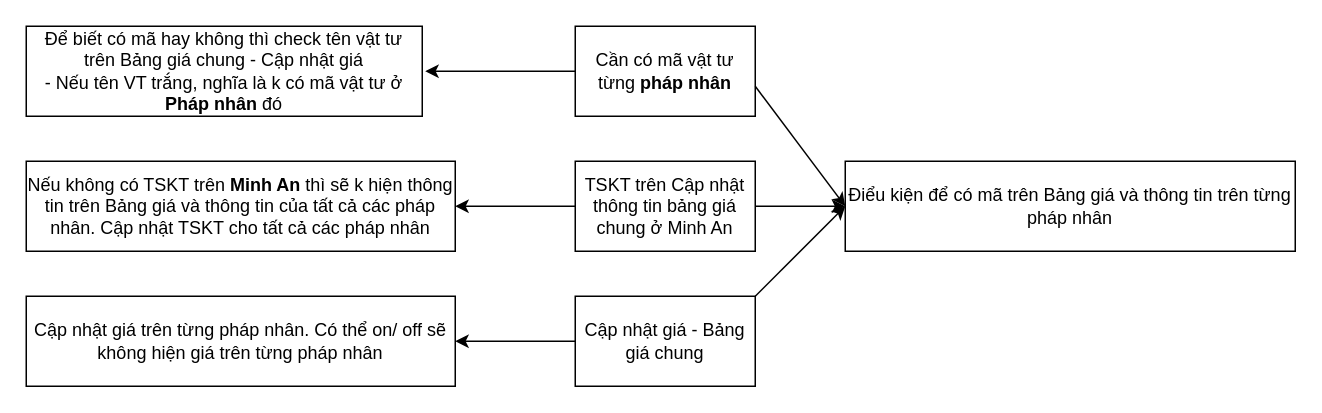
This is Untitled Diagram.drawio from Duc111095/cProjects, a draw.io file, before an edit. Source tidied: cells renumbered, new cells numbered last; positions are measured from the earlier drawing's top-left corner, leaving out a move shared by most shapes. Both pictures are drawn from the tidied source at 150%, with x=0, y=0 at pixel (26, 26).
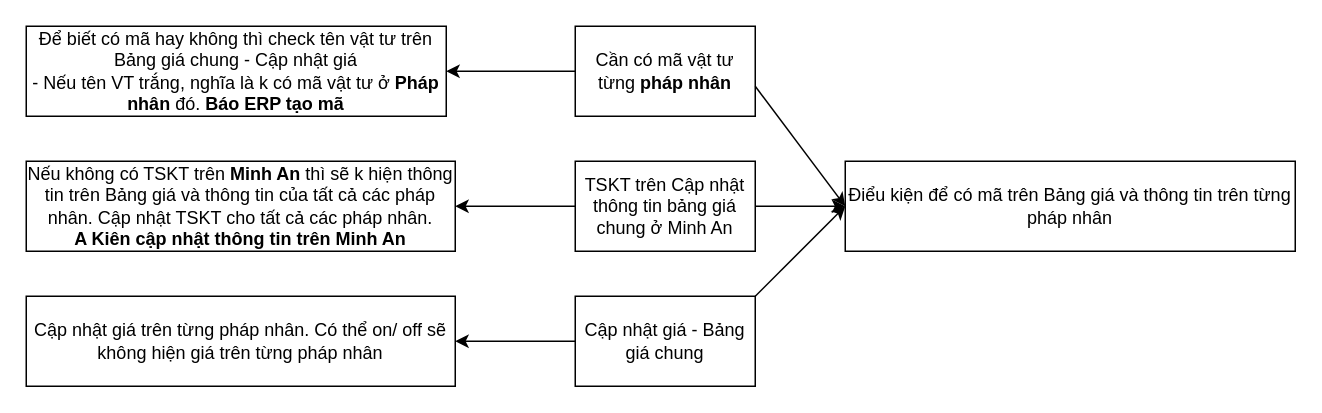
The same diagram, later.

Diff of the diagram source:
```diff
@@
 <mxGraphModel>
   <root>
     <mxCell id="0" />
     <mxCell id="1" parent="0" />
     <mxCell id="2" value="&lt;div&gt;Điểu kiện để có mã trên Bảng giá và thông tin trên từng pháp nhân&lt;/div&gt;" style="rounded=0;whiteSpace=wrap;html=1;" parent="1" vertex="1">
       <mxGeometry x="546" y="90" width="300" height="60" as="geometry" />
     </mxCell>
     <mxCell id="3" style="edgeStyle=orthogonalEdgeStyle;rounded=0;jettySize=auto;html=1;" parent="1" edge="1" source="5">
       <mxGeometry relative="1" as="geometry">
         <mxPoint x="546" y="120" as="targetPoint" />
       </mxGeometry>
     </mxCell>
     <mxCell id="4" style="edgeStyle=orthogonalEdgeStyle;rounded=0;jettySize=auto;html=1;" parent="1" edge="1" source="5" target="13">
       <mxGeometry relative="1" as="geometry" />
     </mxCell>
     <mxCell id="5" value="&lt;div&gt;TSKT trên Cập nhật thông tin bảng giá chung ở Minh An&lt;/div&gt;" style="rounded=0;whiteSpace=wrap;html=1;" parent="1" vertex="1">
       <mxGeometry x="366" y="90" width="120" height="60" as="geometry" />
     </mxCell>
     <mxCell id="6" style="edgeStyle=orthogonalEdgeStyle;rounded=0;jettySize=auto;html=1;" parent="1" edge="1" source="7" target="14">
       <mxGeometry relative="1" as="geometry" />
     </mxCell>
     <mxCell id="7" value="&lt;div&gt;Cập nhật giá - Bảng giá chung&lt;/div&gt;" style="rounded=0;whiteSpace=wrap;html=1;" parent="1" vertex="1">
       <mxGeometry x="366" y="180" width="120" height="60" as="geometry" />
     </mxCell>
-    <mxCell id="8" style="edgeStyle=orthogonalEdgeStyle;rounded=0;jettySize=auto;html=1;" parent="1" edge="1" source="9">
-      <mxGeometry relative="1" as="geometry">
-        <mxPoint x="266" y="30" as="targetPoint" />
-      </mxGeometry>
-    </mxCell>
+    <mxCell id="15" style="edgeStyle=orthogonalEdgeStyle;rounded=0;jettySize=auto;html=1;" parent="1" edge="1" source="9" target="12">
+      <mxGeometry relative="1" as="geometry" />
+    </mxCell>
     <mxCell id="9" value="&lt;div&gt;Cần có mã vật tư từng &lt;b&gt;pháp nhân&lt;/b&gt;&lt;/div&gt;" style="rounded=0;whiteSpace=wrap;html=1;" parent="1" vertex="1">
       <mxGeometry x="366" width="120" height="60" as="geometry" />
     </mxCell>
     <mxCell id="10" style="endArrow=classic;html=1;rounded=0;entryX=0;entryY=0.5;entryDx=0;entryDy=0;" parent="1" edge="1">
       <mxGeometry relative="1" as="geometry">
         <mxPoint x="486" y="180" as="sourcePoint" />
         <mxPoint x="546" y="120" as="targetPoint" />
       </mxGeometry>
     </mxCell>
     <mxCell id="11" style="endArrow=classic;html=1;rounded=0;entryX=0;entryY=0.5;entryDx=0;entryDy=0;" parent="1" edge="1">
       <mxGeometry relative="1" as="geometry">
         <mxPoint x="486" y="40" as="sourcePoint" />
         <mxPoint x="546" y="120" as="targetPoint" />
       </mxGeometry>
     </mxCell>
-    <mxCell id="12" value="&lt;div&gt;Để biết có mã hay không thì check tên vật tư trên Bảng giá chung - Cập nhật giá&lt;br&gt;- Nếu tên VT trắng, nghĩa là k có mã vật tư ở &lt;b&gt;Pháp nhân &lt;/b&gt;đó&lt;/div&gt;" style="rounded=0;whiteSpace=wrap;html=1;" parent="1" vertex="1">
-      <mxGeometry width="264" height="60" as="geometry" />
+    <mxCell id="12" value="&lt;div&gt;Để biết có mã hay không thì check tên vật tư trên Bảng giá chung - Cập nhật giá&lt;br&gt;- Nếu tên VT trắng, nghĩa là k có mã vật tư ở &lt;b&gt;Pháp nhân &lt;/b&gt;đó. &lt;b&gt;Báo ERP tạo mã&lt;/b&gt;&lt;/div&gt;" style="rounded=0;whiteSpace=wrap;html=1;" parent="1" vertex="1">
+      <mxGeometry width="280" height="60" as="geometry" />
     </mxCell>
-    <mxCell id="13" value="&lt;div&gt;Nếu không có TSKT trên &lt;b&gt;Minh An&lt;/b&gt; thì sẽ k hiện thông tin trên Bảng giá và thông tin của tất cả các pháp nhân. Cập nhật TSKT cho tất cả các pháp nhân&lt;/div&gt;" style="rounded=0;whiteSpace=wrap;html=1;" parent="1" vertex="1">
+    <mxCell id="13" value="&lt;div&gt;Nếu không có TSKT trên &lt;b&gt;Minh An&lt;/b&gt; thì sẽ k hiện thông tin trên Bảng giá và thông tin của tất cả các pháp nhân. Cập nhật TSKT cho tất cả các pháp nhân.&lt;br&gt; &lt;/div&gt;&lt;div&gt;&lt;b&gt;A Kiên cập nhật thông tin trên Minh An&lt;/b&gt;&lt;br&gt;&lt;/div&gt;" style="rounded=0;whiteSpace=wrap;html=1;" parent="1" vertex="1">
       <mxGeometry y="90" width="286" height="60" as="geometry" />
     </mxCell>
     <mxCell id="14" value="&lt;div&gt;Cập nhật giá trên từng pháp nhân. Có thể on/ off sẽ không hiện giá trên từng pháp nhân&lt;/div&gt;" style="rounded=0;whiteSpace=wrap;html=1;" parent="1" vertex="1">
       <mxGeometry y="180" width="286" height="60" as="geometry" />
     </mxCell>
   </root>
 </mxGraphModel>
```
